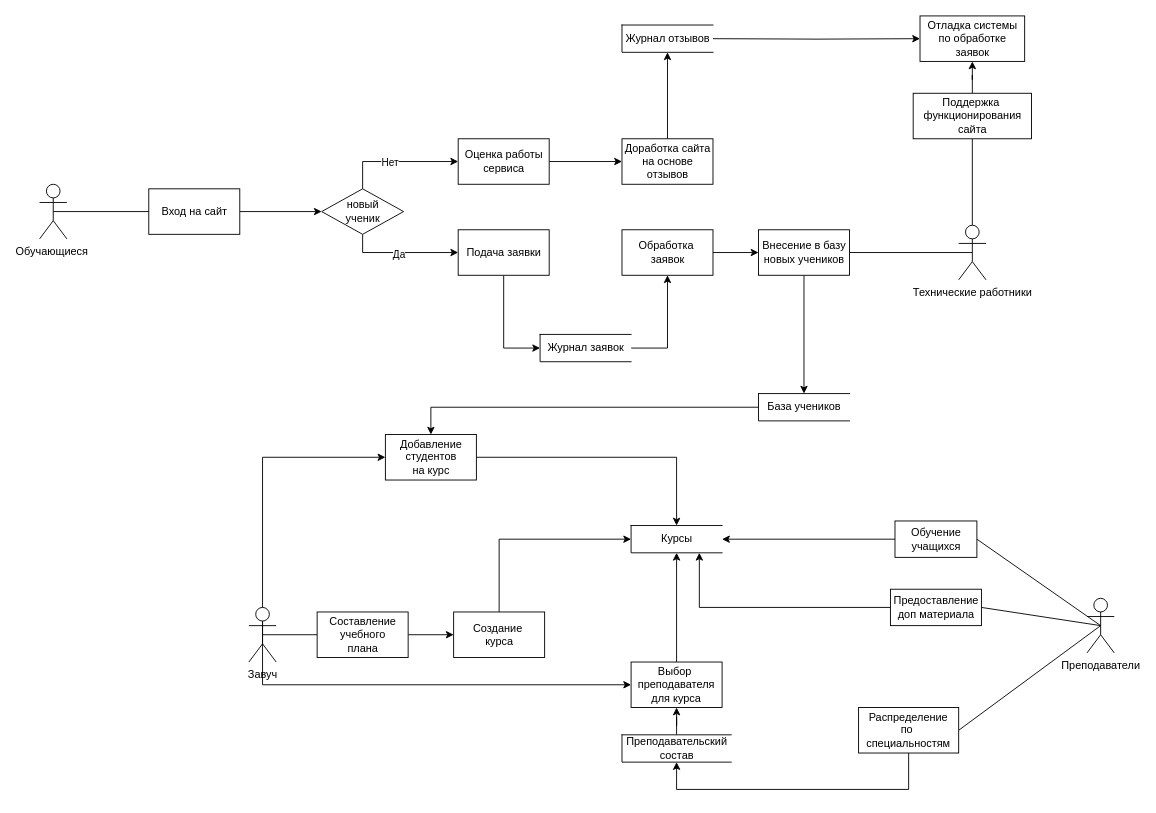
Above: DFD1.drawio in JKtheeone/Online-School (draw.io), before the change. Source tidied: cells renumbered, new cells numbered last; positions are measured from the earlier drawing's top-left corner, leaving out a move shared by most shapes. Both pictures are drawn from the tidied source at 91%, with x=0, y=0 at pixel (39, 15).
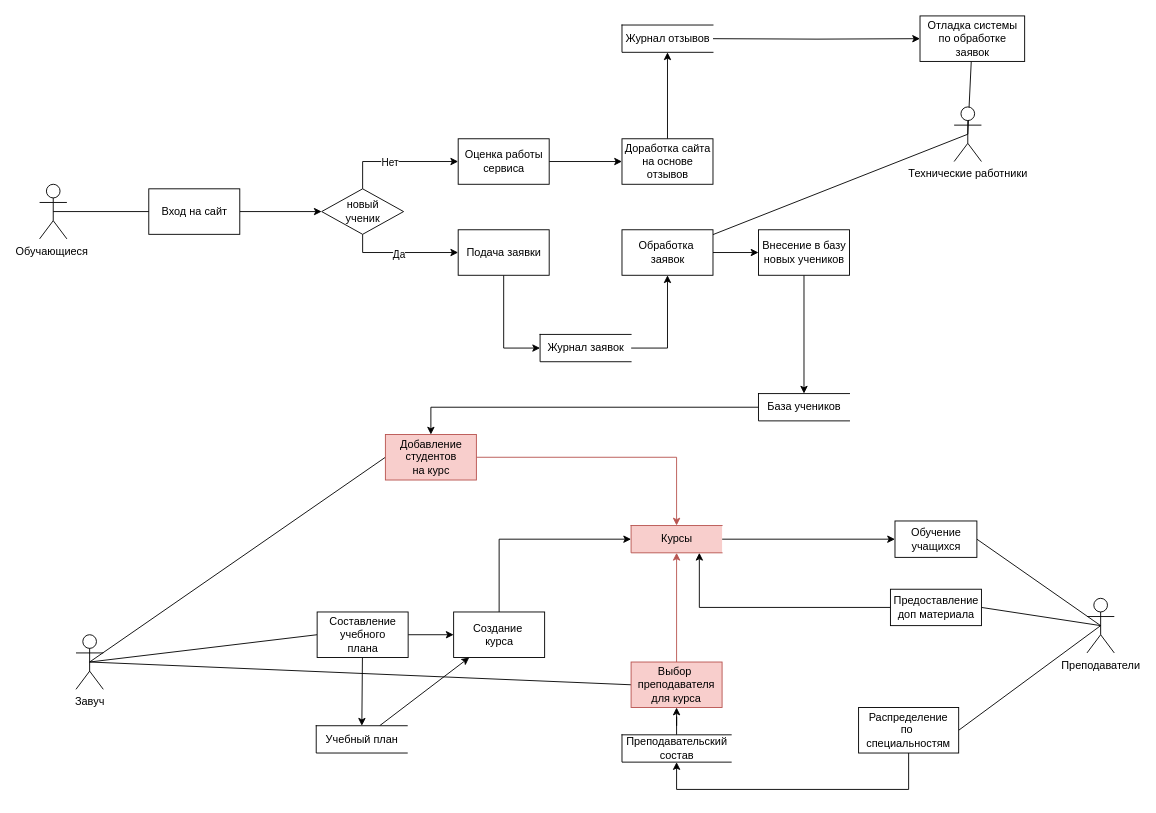
The same diagram, later.

The change refers to these unchanged cells:
```xml
<mxCell id="26" value="Обработка&amp;nbsp;&lt;br&gt;заявок" style="html=1;dashed=0;whitespace=wrap;" parent="1" vertex="1">
  <mxGeometry x="640" y="235" width="100" height="50" as="geometry" />
</mxCell>
<mxCell id="35" value="Отладка системы&lt;br&gt;по обработке&lt;br&gt;заявок" style="whiteSpace=wrap;html=1;dashed=0;" parent="1" vertex="1">
  <mxGeometry x="967.5" width="115" height="50" as="geometry" />
</mxCell>
<mxCell id="39" value="Обучение&lt;br&gt;учащихся" style="html=1;dashed=0;whitespace=wrap;" parent="1" vertex="1">
  <mxGeometry x="940" y="555" width="90" height="40" as="geometry" />
</mxCell>
<mxCell id="43" value="Составление&lt;br&gt;учебного&lt;br&gt;плана" style="html=1;dashed=0;whitespace=wrap;" parent="1" vertex="1">
  <mxGeometry x="305" y="655" width="100" height="50" as="geometry" />
</mxCell>
<mxCell id="45" value="Создание&amp;nbsp;&lt;br&gt;курса" style="html=1;dashed=0;whitespace=wrap;" parent="1" vertex="1">
  <mxGeometry x="455" y="655" width="100" height="50" as="geometry" />
</mxCell>
<mxCell id="49" value="Внесение в базу&lt;br&gt;новых учеников" style="html=1;dashed=0;whitespace=wrap;" parent="1" vertex="1">
  <mxGeometry x="790" y="235" width="100" height="50" as="geometry" />
</mxCell>
```

Change to the diagram source:
```diff
@@
-    <mxCell id="7" style="edgeStyle=orthogonalEdgeStyle;rounded=0;jettySize=auto;html=1;exitX=0.5;exitY=0.5;exitDx=0;exitDy=0;exitPerimeter=0;entryX=0;entryY=0.5;entryDx=0;entryDy=0;endArrow=none;endFill=0;" parent="1" edge="1" source="10" target="43">
+    <mxCell id="7" style="rounded=0;jettySize=auto;html=1;exitX=0.5;exitY=0.5;exitDx=0;exitDy=0;exitPerimeter=0;entryX=0;entryY=0.5;entryDx=0;entryDy=0;endArrow=none;endFill=0;" parent="1" edge="1" source="10" target="43">
       <mxGeometry relative="1" as="geometry" />
     </mxCell>
-    <mxCell id="8" style="edgeStyle=orthogonalEdgeStyle;rounded=0;jettySize=auto;html=1;exitX=0.5;exitY=0.5;exitDx=0;exitDy=0;exitPerimeter=0;entryX=0;entryY=0.5;entryDx=0;entryDy=0;endArrow=classic;endFill=1;" parent="1" edge="1" source="10" target="47">
-      <mxGeometry relative="1" as="geometry">
-        <Array as="points">
-          <mxPoint x="245" y="485" />
-        </Array>
-      </mxGeometry>
+    <mxCell id="8" style="rounded=0;jettySize=auto;html=1;exitX=0.5;exitY=0.5;exitDx=0;exitDy=0;exitPerimeter=0;entryX=0;entryY=0.5;entryDx=0;entryDy=0;endArrow=none;endFill=0;" parent="1" edge="1" source="10" target="47">
+      <mxGeometry relative="1" as="geometry" />
     </mxCell>
-    <mxCell id="9" style="edgeStyle=orthogonalEdgeStyle;rounded=0;jettySize=auto;html=1;exitX=0.5;exitY=0.5;exitDx=0;exitDy=0;exitPerimeter=0;entryX=0;entryY=0.5;entryDx=0;entryDy=0;endArrow=classic;endFill=1;" parent="1" edge="1" source="10" target="53">
-      <mxGeometry relative="1" as="geometry">
-        <Array as="points">
-          <mxPoint x="245" y="735" />
-        </Array>
-      </mxGeometry>
+    <mxCell id="9" style="rounded=0;jettySize=auto;html=1;exitX=0.5;exitY=0.5;exitDx=0;exitDy=0;exitPerimeter=0;entryX=0;entryY=0.5;entryDx=0;entryDy=0;endArrow=none;endFill=0;" parent="1" edge="1" source="10" target="53">
+      <mxGeometry relative="1" as="geometry" />
     </mxCell>
     <mxCell id="10" value="Завуч&lt;br&gt;" style="shape=umlActor;verticalLabelPosition=bottom;verticalAlign=top;html=1;outlineConnect=0;" parent="1" vertex="1">
-      <mxGeometry x="230" y="650" width="30" height="60" as="geometry" />
+      <mxGeometry x="40" y="680" width="30" height="60" as="geometry" />
     </mxCell>
-    <mxCell id="11" style="edgeStyle=orthogonalEdgeStyle;rounded=0;jettySize=auto;html=1;exitX=0.5;exitY=0;exitDx=0;exitDy=0;exitPerimeter=0;entryX=0.5;entryY=1;entryDx=0;entryDy=0;endArrow=none;endFill=0;" parent="1" edge="1" source="13" target="34">
+    <mxCell id="11" style="rounded=0;jettySize=auto;html=1;exitX=0.5;exitY=0.5;exitDx=0;exitDy=0;exitPerimeter=0;endArrow=none;endFill=0;" parent="1" edge="1" source="13" target="35">
       <mxGeometry relative="1" as="geometry" />
     </mxCell>
-    <mxCell id="12" style="edgeStyle=orthogonalEdgeStyle;rounded=0;jettySize=auto;html=1;exitX=0.5;exitY=0.5;exitDx=0;exitDy=0;exitPerimeter=0;entryX=1;entryY=0.5;entryDx=0;entryDy=0;endArrow=none;endFill=0;" parent="1" edge="1" source="13" target="49">
+    <mxCell id="12" style="rounded=0;jettySize=auto;html=1;exitX=0.5;exitY=0.5;exitDx=0;exitDy=0;exitPerimeter=0;endArrow=none;endFill=0;" parent="1" edge="1" source="13" target="26">
       <mxGeometry relative="1" as="geometry" />
     </mxCell>
     <mxCell id="13" value="Технические работники" style="shape=umlActor;verticalLabelPosition=bottom;verticalAlign=top;html=1;outlineConnect=0;" parent="1" vertex="1">
-      <mxGeometry x="1010" y="230" width="30" height="60" as="geometry" />
+      <mxGeometry x="1005" y="100" width="30" height="60" as="geometry" />
     </mxCell>
@@
+    <mxCell id="58" style="edgeStyle=none;rounded=0;jettySize=auto;html=1;endArrow=classic;endFill=1;" parent="1" edge="1" source="32" target="39">
+      <mxGeometry relative="1" as="geometry" />
+    </mxCell>
-    <mxCell id="32" value="Курсы" style="html=1;dashed=0;whitespace=wrap;shape=partialRectangle;right=0;" parent="1" vertex="1">
+    <mxCell id="32" value="Курсы" style="html=1;dashed=0;whitespace=wrap;shape=partialRectangle;right=0;fillColor=#f8cecc;strokeColor=#b85450;" parent="1" vertex="1">
       <mxGeometry x="650" y="560" width="100" height="30" as="geometry" />
     </mxCell>
-    <mxCell id="33" style="edgeStyle=orthogonalEdgeStyle;rounded=0;jettySize=auto;html=1;endArrow=classic;endFill=1;" parent="1" edge="1" source="34" target="35">
-      <mxGeometry relative="1" as="geometry" />
-    </mxCell>
-    <mxCell id="34" value="Поддержка&amp;nbsp;&lt;br&gt;функционирования&lt;br&gt;сайта" style="html=1;dashed=0;whitespace=wrap;" parent="1" vertex="1">
-      <mxGeometry x="960" y="85" width="130" height="50" as="geometry" />
-    </mxCell>
@@
-    <mxCell id="38" style="edgeStyle=none;rounded=0;jettySize=auto;html=1;exitX=0;exitY=0.5;exitDx=0;exitDy=0;entryX=1;entryY=0.5;entryDx=0;entryDy=0;endArrow=classic;endFill=1;" parent="1" edge="1" source="39" target="32">
-      <mxGeometry relative="1" as="geometry" />
-    </mxCell>
@@
+    <mxCell id="59" style="edgeStyle=none;rounded=0;jettySize=auto;html=1;endArrow=classic;endFill=1;" parent="1" edge="1" source="43" target="61">
+      <mxGeometry relative="1" as="geometry" />
+    </mxCell>
@@
-    <mxCell id="46" style="edgeStyle=orthogonalEdgeStyle;rounded=0;jettySize=auto;html=1;exitX=1;exitY=0.5;exitDx=0;exitDy=0;entryX=0.5;entryY=0;entryDx=0;entryDy=0;endArrow=classic;endFill=1;" parent="1" edge="1" source="47" target="32">
+    <mxCell id="46" style="edgeStyle=orthogonalEdgeStyle;rounded=0;jettySize=auto;html=1;exitX=1;exitY=0.5;exitDx=0;exitDy=0;entryX=0.5;entryY=0;entryDx=0;entryDy=0;endArrow=classic;endFill=1;fillColor=#f8cecc;strokeColor=#b85450;" parent="1" edge="1" source="47" target="32">
       <mxGeometry relative="1" as="geometry" />
     </mxCell>
-    <mxCell id="47" value="Добавление&lt;br&gt;студентов&lt;br&gt;на курс" style="html=1;dashed=0;whitespace=wrap;" parent="1" vertex="1">
+    <mxCell id="47" value="Добавление&lt;br&gt;студентов&lt;br&gt;на курс" style="html=1;dashed=0;whitespace=wrap;fillColor=#f8cecc;strokeColor=#b85450;" parent="1" vertex="1">
       <mxGeometry x="380" y="460" width="100" height="50" as="geometry" />
     </mxCell>
@@
-    <mxCell id="52" style="edgeStyle=orthogonalEdgeStyle;rounded=0;jettySize=auto;html=1;exitX=0.5;exitY=0;exitDx=0;exitDy=0;entryX=0.5;entryY=1;entryDx=0;entryDy=0;endArrow=classic;endFill=1;" parent="1" edge="1" source="53" target="32">
+    <mxCell id="52" style="edgeStyle=orthogonalEdgeStyle;rounded=0;jettySize=auto;html=1;exitX=0.5;exitY=0;exitDx=0;exitDy=0;entryX=0.5;entryY=1;entryDx=0;entryDy=0;endArrow=classic;endFill=1;fillColor=#f8cecc;strokeColor=#b85450;" parent="1" edge="1" source="53" target="32">
       <mxGeometry relative="1" as="geometry" />
     </mxCell>
-    <mxCell id="53" value="Выбор&amp;nbsp;&lt;br&gt;преподавателя&lt;br&gt;для курса" style="rounded=0;whiteSpace=wrap;html=1;" parent="1" vertex="1">
+    <mxCell id="53" value="Выбор&amp;nbsp;&lt;br&gt;преподавателя&lt;br&gt;для курса" style="rounded=0;whiteSpace=wrap;html=1;fillColor=#f8cecc;strokeColor=#b85450;" parent="1" vertex="1">
       <mxGeometry x="650" y="710" width="100" height="50" as="geometry" />
     </mxCell>
@@
+    <mxCell id="60" style="edgeStyle=none;rounded=0;jettySize=auto;html=1;endArrow=classic;endFill=1;" parent="1" edge="1" source="61" target="45">
+      <mxGeometry relative="1" as="geometry" />
+    </mxCell>
+    <mxCell id="61" value="Учебный план" style="html=1;dashed=0;whitespace=wrap;shape=partialRectangle;right=0;" parent="1" vertex="1">
+      <mxGeometry x="304" y="780" width="100" height="30" as="geometry" />
+    </mxCell>
```
